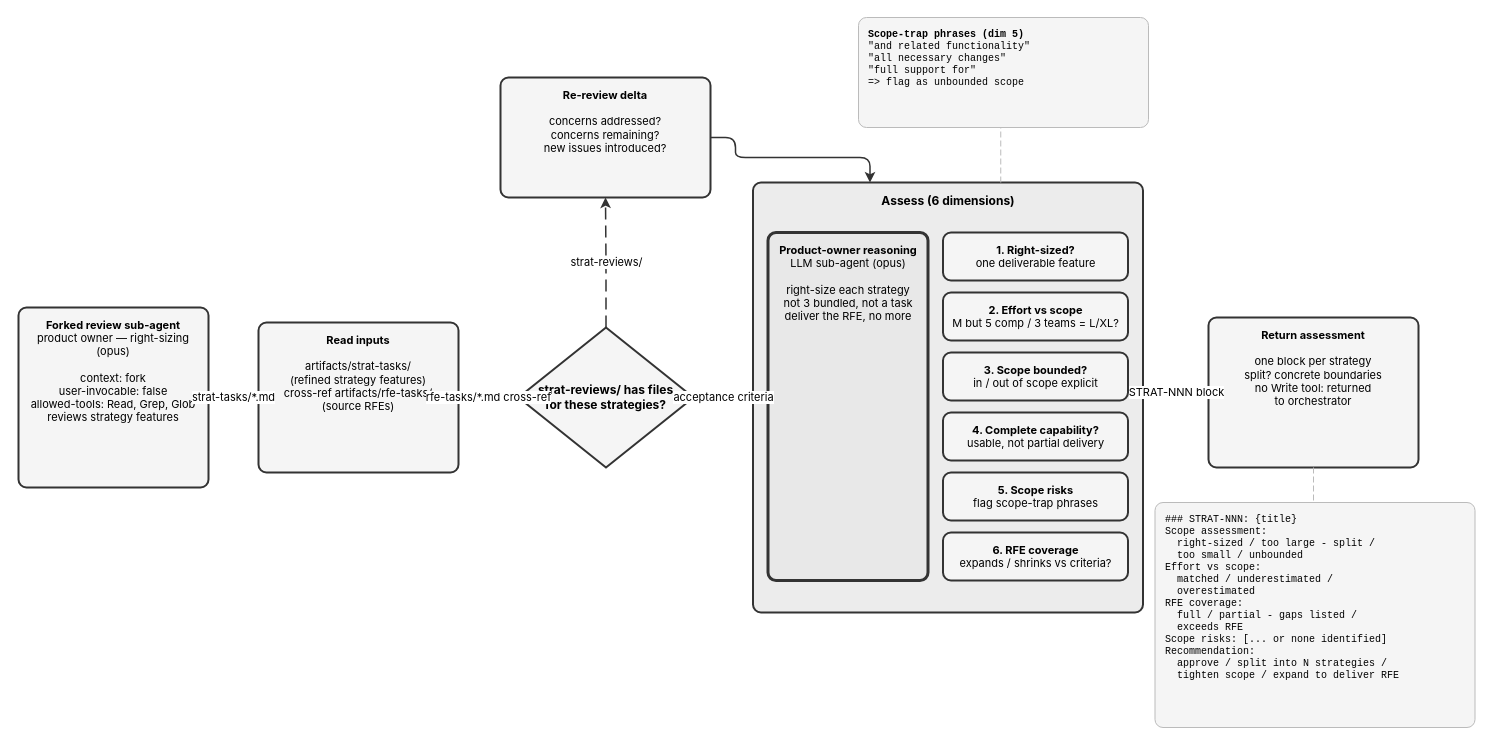
Earlier version of the draw.io diagram site/docs/plugins/rfe-creator/scope-review.drawio (fege/skills-registry). Source tidied: cells renumbered, new cells numbered last; positions are measured from the earlier drawing's top-left corner, leaving out a move shared by most shapes. Both pictures are drawn from the tidied source at 100%, with x=0, y=0 at pixel (18, 17).
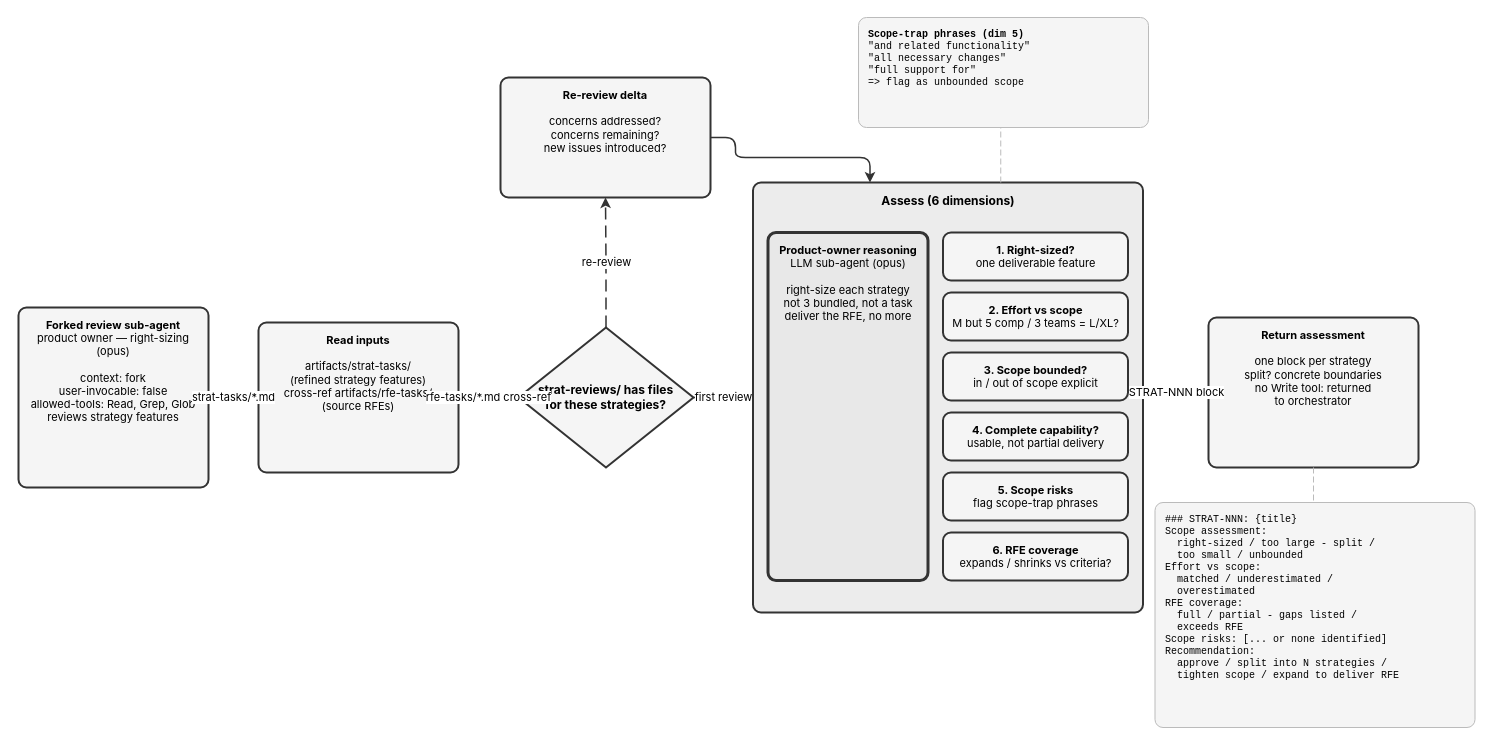
The same diagram, later.

The change refers to these unchanged cells:
```xml
<mxCell id="4" value="&lt;b&gt;strat-reviews/ has files&lt;br&gt;for these strategies?&lt;/b&gt;" style="rhombus;whiteSpace=wrap;html=1;fillColor=#f5f5f5;strokeColor=#333333;strokeWidth=2;fontSize=12;fontFamily=Inter,Helvetica,Arial,sans-serif;" parent="1" vertex="1">
  <mxGeometry x="500" y="310" width="175" height="140" as="geometry" />
</mxCell>
<mxCell id="5" value="&lt;b&gt;Re-review delta&lt;/b&gt;&lt;br&gt;&lt;br&gt;concerns addressed?&lt;br&gt;concerns remaining?&lt;br&gt;new issues introduced?" style="rounded=1;whiteSpace=wrap;html=1;fillColor=#f5f5f5;strokeColor=#333333;strokeWidth=2;verticalAlign=top;spacingTop=5;fontSize=11;fontFamily=Inter,Helvetica,Arial,sans-serif;arcSize=16;absoluteArcSize=1;" parent="1" vertex="1">
  <mxGeometry x="482" y="60" width="210" height="120" as="geometry" />
</mxCell>
<mxCell id="6" value="&lt;b&gt;Assess (6 dimensions)&lt;/b&gt;" style="rounded=1;whiteSpace=wrap;html=1;fillColor=#ececec;strokeColor=#333333;strokeWidth=2;verticalAlign=top;spacingTop=5;fontSize=12;fontStyle=1;fontFamily=Inter,Helvetica,Arial,sans-serif;arcSize=16;absoluteArcSize=1;" parent="1" vertex="1">
  <mxGeometry x="734.5" y="165" width="390" height="430" as="geometry" />
</mxCell>
```

The edit, as a diff of the source:
```diff
@@
-    <mxCell id="19" value="strat-reviews/" style="edgeStyle=orthogonalEdgeStyle;rounded=1;strokeColor=#333333;strokeWidth=1.5;dashed=1;dashPattern=8 4;html=1;fontFamily=Inter,Helvetica,Arial,sans-serif;exitX=0.5;exitY=0;exitDx=0;exitDy=0;entryX=0.5;entryY=1;entryDx=0;entryDy=0;" parent="1" edge="1" source="4" target="5">
+    <mxCell id="19" value="re-review" style="edgeStyle=orthogonalEdgeStyle;rounded=1;strokeColor=#333333;strokeWidth=1.5;dashed=1;dashPattern=8 4;html=1;fontFamily=Inter,Helvetica,Arial,sans-serif;exitX=0.5;exitY=0;exitDx=0;exitDy=0;entryX=0.5;entryY=1;entryDx=0;entryDy=0;" parent="1" edge="1" source="4" target="5">
       <mxGeometry relative="1" as="geometry" />
     </mxCell>
-    <mxCell id="20" value="acceptance criteria" style="edgeStyle=orthogonalEdgeStyle;rounded=1;strokeColor=#333333;strokeWidth=1.5;html=1;fontFamily=Inter,Helvetica,Arial,sans-serif;exitX=1;exitY=0.5;exitDx=0;exitDy=0;entryX=0;entryY=0.5;entryDx=0;entryDy=0;" parent="1" edge="1" source="4" target="6">
+    <mxCell id="20" value="first review" style="edgeStyle=orthogonalEdgeStyle;rounded=1;strokeColor=#333333;strokeWidth=1.5;html=1;fontFamily=Inter,Helvetica,Arial,sans-serif;exitX=1;exitY=0.5;exitDx=0;exitDy=0;entryX=0;entryY=0.5;entryDx=0;entryDy=0;" parent="1" edge="1" source="4" target="6">
       <mxGeometry relative="1" as="geometry" />
     </mxCell>
```
